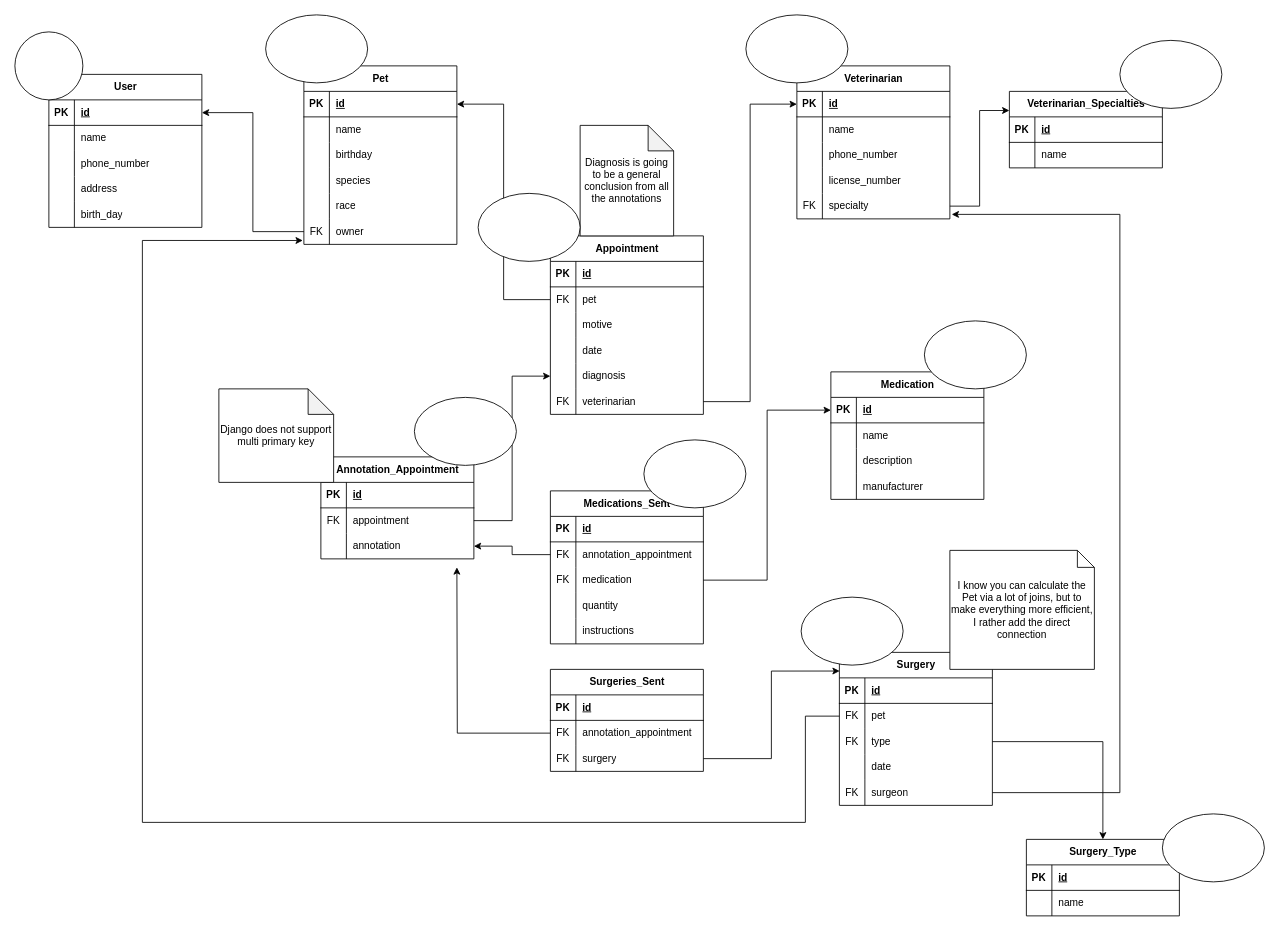
Earlier version of the draw.io diagram DB_diagram.drawio (Laughcheeta1/VeterinaryPythonPracticalCourse). Source tidied: cells renumbered, new cells numbered last; positions are measured from the earlier drawing's top-left corner, leaving out a move shared by most shapes. Both pictures are drawn from the tidied source at 85%, with x=0, y=0 at pixel (14, 14).
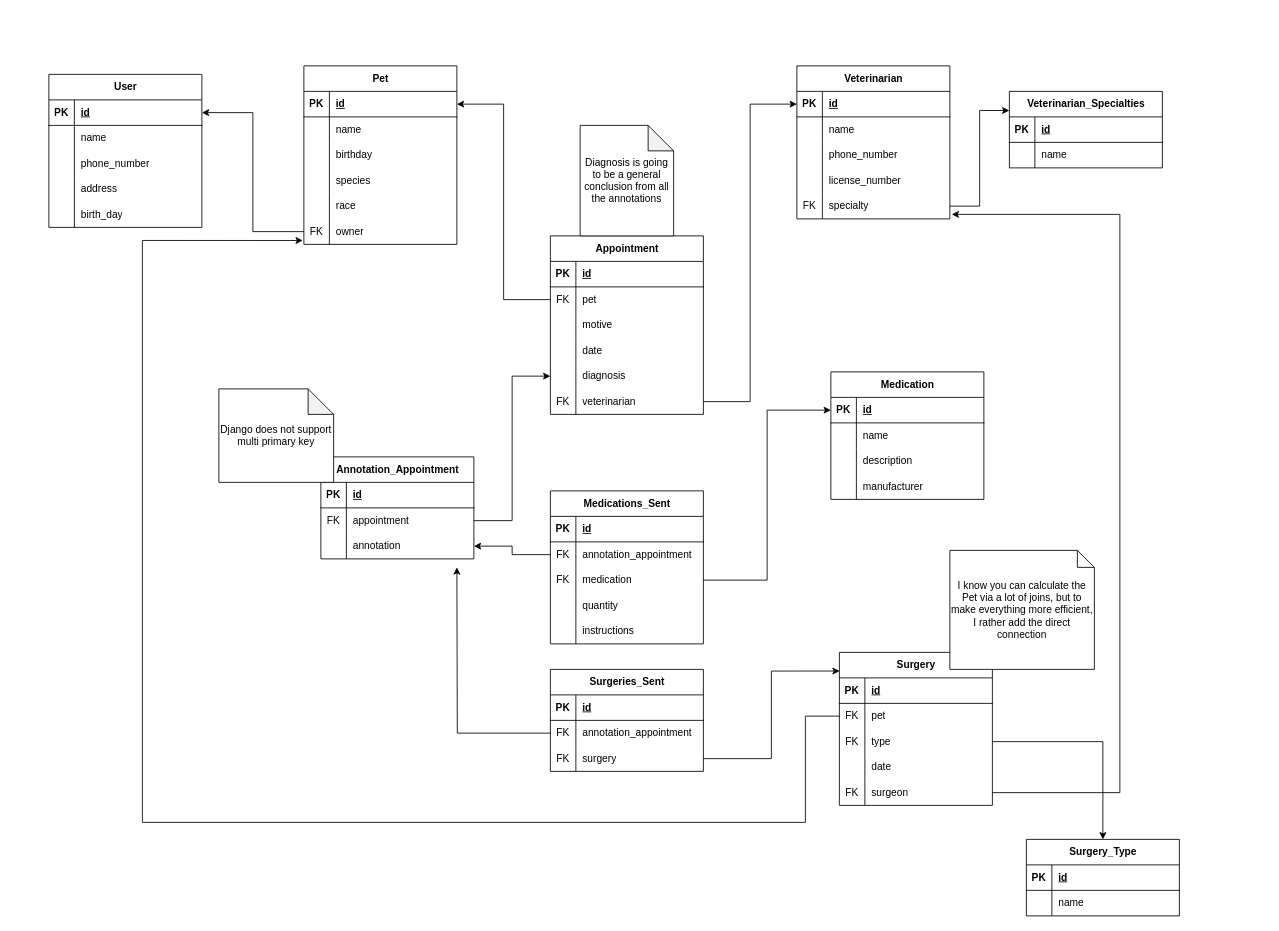
After the change.

The edit, as a diff of the source:
```diff
@@
-    <mxCell id="166" style="ellipse;whiteSpace=wrap;html=1;" parent="1" vertex="1">
-      <mxGeometry y="20" width="80" height="80" as="geometry" />
-    </mxCell>
-    <mxCell id="167" style="ellipse;whiteSpace=wrap;html=1;" parent="1" vertex="1">
-      <mxGeometry x="295" width="120" height="80" as="geometry" />
-    </mxCell>
-    <mxCell id="168" style="ellipse;whiteSpace=wrap;html=1;" parent="1" vertex="1">
-      <mxGeometry x="860" width="120" height="80" as="geometry" />
-    </mxCell>
-    <mxCell id="169" style="ellipse;whiteSpace=wrap;html=1;" parent="1" vertex="1">
-      <mxGeometry x="1300" y="30" width="120" height="80" as="geometry" />
-    </mxCell>
-    <mxCell id="170" style="ellipse;whiteSpace=wrap;html=1;" parent="1" vertex="1">
-      <mxGeometry x="1070" y="360" width="120" height="80" as="geometry" />
-    </mxCell>
-    <mxCell id="171" style="ellipse;whiteSpace=wrap;html=1;" parent="1" vertex="1">
-      <mxGeometry x="925" y="685" width="120" height="80" as="geometry" />
-    </mxCell>
-    <mxCell id="172" style="ellipse;whiteSpace=wrap;html=1;" parent="1" vertex="1">
-      <mxGeometry x="1350" y="940" width="120" height="80" as="geometry" />
-    </mxCell>
-    <mxCell id="173" style="ellipse;whiteSpace=wrap;html=1;" parent="1" vertex="1">
-      <mxGeometry x="545" y="210" width="120" height="80" as="geometry" />
-    </mxCell>
-    <mxCell id="174" style="ellipse;whiteSpace=wrap;html=1;" parent="1" vertex="1">
-      <mxGeometry x="470" y="450" width="120" height="80" as="geometry" />
-    </mxCell>
-    <mxCell id="175" style="ellipse;whiteSpace=wrap;html=1;" parent="1" vertex="1">
-      <mxGeometry x="740" y="500" width="120" height="80" as="geometry" />
-    </mxCell>
```
